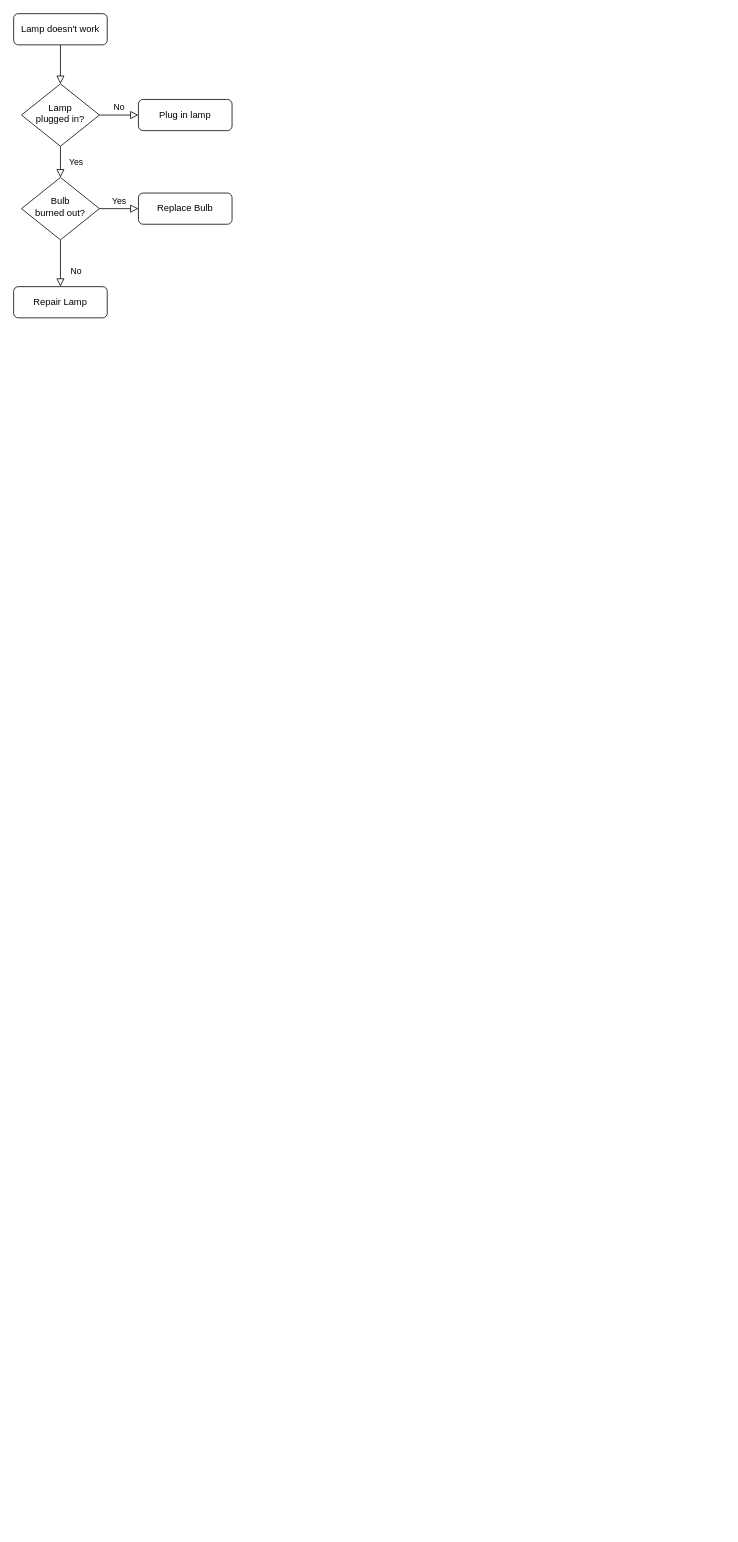
Above: 未命名绘图.drawio in Hlslzj/Test_3 (draw.io), before the change. Source tidied: cells renumbered, new cells numbered last; positions are measured from the earlier drawing's top-left corner, leaving out a move shared by most shapes. Both pictures are drawn from the tidied source at 78%, with x=0, y=0 at pixel (13, 13).
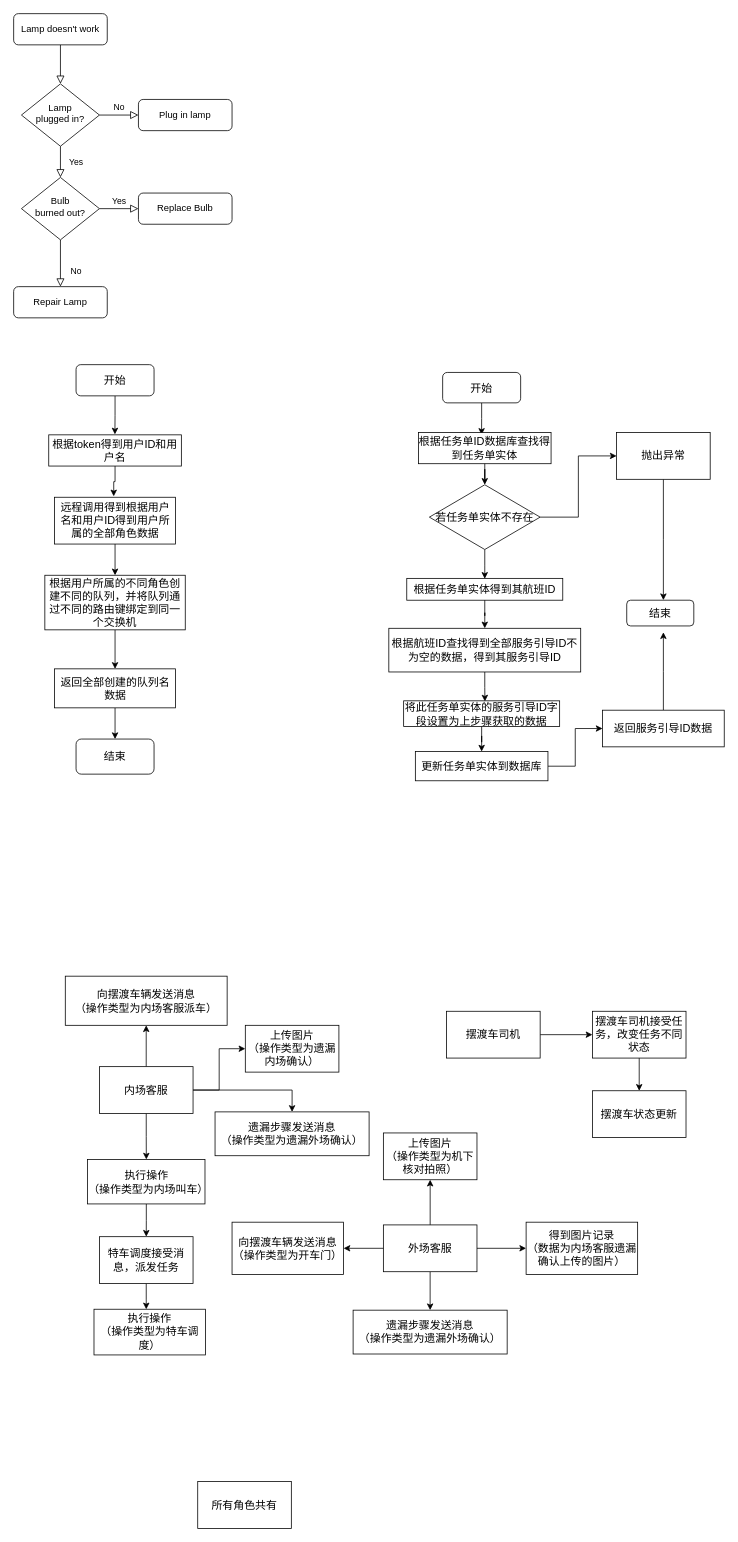
The same diagram, later.

Commit message:
更新未命名绘图.drawio

The edit, as a diff of the source:
```diff
@@
+    <mxCell id="13" style="edgeStyle=orthogonalEdgeStyle;rounded=0;jettySize=auto;html=1;entryX=0.499;entryY=-0.014;entryDx=0;entryDy=0;entryPerimeter=0;fontSize=14;" parent="1" edge="1" source="14" target="16">
+      <mxGeometry relative="1" as="geometry" />
+    </mxCell>
+    <mxCell id="14" value="开始" style="rounded=1;whiteSpace=wrap;html=1;fontSize=14;" parent="1" vertex="1">
+      <mxGeometry x="80" y="450" width="100" height="40" as="geometry" />
+    </mxCell>
+    <mxCell id="15" style="edgeStyle=orthogonalEdgeStyle;rounded=0;jettySize=auto;html=1;entryX=0.489;entryY=-0.02;entryDx=0;entryDy=0;entryPerimeter=0;fontSize=14;" parent="1" edge="1" source="16" target="18">
+      <mxGeometry relative="1" as="geometry" />
+    </mxCell>
+    <mxCell id="16" value="&lt;font style=&quot;font-size: 14px&quot;&gt;根据token得到用户ID和用户名&lt;/font&gt;" style="rounded=0;whiteSpace=wrap;html=1;perimeter=none;fontSize=14;" parent="1" vertex="1">
+      <mxGeometry x="45" y="540" width="170" height="40" as="geometry" />
+    </mxCell>
+    <mxCell id="17" style="edgeStyle=orthogonalEdgeStyle;rounded=0;jettySize=auto;html=1;entryX=0.5;entryY=0;entryDx=0;entryDy=0;fontSize=14;" parent="1" edge="1" source="18" target="20">
+      <mxGeometry relative="1" as="geometry" />
+    </mxCell>
+    <mxCell id="18" value="远程调用得到根据用户名和用户ID得到用户所属的全部角色数据" style="rounded=0;whiteSpace=wrap;html=1;perimeter=none;fontSize=14;" parent="1" vertex="1">
+      <mxGeometry x="52.5" y="620" width="155" height="60" as="geometry" />
+    </mxCell>
+    <mxCell id="19" style="edgeStyle=orthogonalEdgeStyle;rounded=0;jettySize=auto;html=1;entryX=0.5;entryY=0;entryDx=0;entryDy=0;fontSize=14;" parent="1" edge="1" source="20" target="23">
+      <mxGeometry relative="1" as="geometry" />
+    </mxCell>
+    <mxCell id="20" value="根据用户所属的不同角色创建不同的队列，并将队列通过不同的路由键绑定到同一个交换机" style="rounded=0;whiteSpace=wrap;html=1;fontSize=14;" parent="1" vertex="1">
+      <mxGeometry x="40" y="720" width="180" height="70" as="geometry" />
+    </mxCell>
+    <mxCell id="21" value="结束" style="rounded=1;whiteSpace=wrap;html=1;fontSize=14;" parent="1" vertex="1">
+      <mxGeometry x="80" y="930" width="100" height="45" as="geometry" />
+    </mxCell>
+    <mxCell id="22" style="edgeStyle=orthogonalEdgeStyle;rounded=0;jettySize=auto;html=1;entryX=0.5;entryY=0;entryDx=0;entryDy=0;fontSize=14;" parent="1" edge="1" source="23" target="21">
+      <mxGeometry relative="1" as="geometry" />
+    </mxCell>
+    <mxCell id="23" value="返回全部创建的队列名数据" style="rounded=0;whiteSpace=wrap;html=1;fontSize=14;" parent="1" vertex="1">
+      <mxGeometry x="52.5" y="840" width="155" height="50" as="geometry" />
+    </mxCell>
+    <mxCell id="24" style="edgeStyle=orthogonalEdgeStyle;rounded=0;jettySize=auto;html=1;entryX=0.476;entryY=0.074;entryDx=0;entryDy=0;entryPerimeter=0;fontSize=14;" parent="1" edge="1" source="25" target="27">
+      <mxGeometry relative="1" as="geometry" />
+    </mxCell>
+    <mxCell id="25" value="开始" style="rounded=1;whiteSpace=wrap;html=1;fontSize=14;" parent="1" vertex="1">
+      <mxGeometry x="550" y="460" width="100" height="39" as="geometry" />
+    </mxCell>
+    <mxCell id="26" style="edgeStyle=orthogonalEdgeStyle;rounded=0;jettySize=auto;html=1;entryX=0.5;entryY=0;entryDx=0;entryDy=0;fontSize=14;" parent="1" edge="1" source="27" target="32">
+      <mxGeometry relative="1" as="geometry" />
+    </mxCell>
+    <mxCell id="27" value="根据任务单ID数据库查找得到任务单实体" style="rounded=0;whiteSpace=wrap;html=1;perimeter=none;fontSize=14;" parent="1" vertex="1">
+      <mxGeometry x="519" y="537" width="170" height="40" as="geometry" />
+    </mxCell>
+    <mxCell id="28" style="edgeStyle=orthogonalEdgeStyle;rounded=0;jettySize=auto;html=1;entryX=0.5;entryY=0;entryDx=0;entryDy=0;fontSize=14;" parent="1" edge="1" source="29" target="36">
+      <mxGeometry relative="1" as="geometry" />
+    </mxCell>
+    <mxCell id="29" value="根据任务单实体得到其航班ID" style="rounded=0;whiteSpace=wrap;html=1;perimeter=none;fontSize=14;" parent="1" vertex="1">
+      <mxGeometry x="504" y="724" width="200" height="28" as="geometry" />
+    </mxCell>
+    <mxCell id="30" style="edgeStyle=orthogonalEdgeStyle;rounded=0;jettySize=auto;html=1;entryX=0;entryY=0.5;entryDx=0;entryDy=0;fontSize=14;" parent="1" edge="1" source="32" target="34">
+      <mxGeometry relative="1" as="geometry" />
+    </mxCell>
+    <mxCell id="31" style="edgeStyle=orthogonalEdgeStyle;rounded=0;jettySize=auto;html=1;fontSize=14;" parent="1" edge="1" source="32">
+      <mxGeometry relative="1" as="geometry">
+        <mxPoint x="604" y="724.5" as="targetPoint" />
+      </mxGeometry>
+    </mxCell>
+    <mxCell id="32" value="若任务单实体不存在" style="rhombus;whiteSpace=wrap;html=1;rounded=0;fontSize=14;" parent="1" vertex="1">
+      <mxGeometry x="533" y="604" width="142" height="83" as="geometry" />
+    </mxCell>
+    <mxCell id="33" style="edgeStyle=orthogonalEdgeStyle;rounded=0;jettySize=auto;html=1;fontSize=14;" parent="1" edge="1" source="34">
+      <mxGeometry relative="1" as="geometry">
+        <mxPoint x="833" y="751.9" as="targetPoint" />
+      </mxGeometry>
+    </mxCell>
+    <mxCell id="34" value="抛出异常" style="rounded=0;whiteSpace=wrap;html=1;fontSize=14;" parent="1" vertex="1">
+      <mxGeometry x="773" y="537" width="120" height="60" as="geometry" />
+    </mxCell>
+    <mxCell id="35" style="edgeStyle=orthogonalEdgeStyle;rounded=0;jettySize=auto;html=1;entryX=0.521;entryY=0.025;entryDx=0;entryDy=0;entryPerimeter=0;fontSize=14;" parent="1" edge="1" source="36" target="38">
+      <mxGeometry relative="1" as="geometry" />
+    </mxCell>
+    <mxCell id="36" value="根据航班ID查找得到全部服务引导ID不为空的数据，得到其服务引导ID" style="rounded=0;whiteSpace=wrap;html=1;fontSize=14;" parent="1" vertex="1">
+      <mxGeometry x="481" y="788" width="246" height="56" as="geometry" />
+    </mxCell>
+    <mxCell id="37" style="edgeStyle=orthogonalEdgeStyle;rounded=0;jettySize=auto;html=1;entryX=0.5;entryY=0;entryDx=0;entryDy=0;fontSize=14;" parent="1" edge="1" source="38" target="40">
+      <mxGeometry relative="1" as="geometry" />
+    </mxCell>
+    <mxCell id="38" value="将此任务单实体的服务引导ID字段设置为上步骤获取的数据" style="rounded=0;whiteSpace=wrap;html=1;perimeter=none;fontSize=14;" parent="1" vertex="1">
+      <mxGeometry x="500" y="881" width="200" height="33" as="geometry" />
+    </mxCell>
+    <mxCell id="39" style="edgeStyle=orthogonalEdgeStyle;rounded=0;jettySize=auto;html=1;entryX=0;entryY=0.5;entryDx=0;entryDy=0;fontSize=14;" parent="1" edge="1" source="40" target="42">
+      <mxGeometry relative="1" as="geometry" />
+    </mxCell>
+    <mxCell id="40" value="更新任务单实体到数据库" style="rounded=0;whiteSpace=wrap;html=1;fontSize=14;" parent="1" vertex="1">
+      <mxGeometry x="515" y="946" width="170" height="37.5" as="geometry" />
+    </mxCell>
+    <mxCell id="41" style="edgeStyle=orthogonalEdgeStyle;rounded=0;jettySize=auto;html=1;fontSize=14;" parent="1" edge="1" source="42">
+      <mxGeometry relative="1" as="geometry">
+        <mxPoint x="833" y="793.1" as="targetPoint" />
+      </mxGeometry>
+    </mxCell>
+    <mxCell id="42" value="返回服务引导ID数据" style="rounded=0;whiteSpace=wrap;html=1;fontSize=14;" parent="1" vertex="1">
+      <mxGeometry x="755" y="893" width="156" height="47" as="geometry" />
+    </mxCell>
+    <mxCell id="43" value="结束" style="rounded=1;whiteSpace=wrap;html=1;fontSize=14;" parent="1" vertex="1">
+      <mxGeometry x="786" y="752" width="86" height="33" as="geometry" />
+    </mxCell>
+    <mxCell id="44" style="edgeStyle=orthogonalEdgeStyle;rounded=0;jettySize=auto;html=1;fontSize=14;" parent="1" edge="1" source="48" target="50">
+      <mxGeometry relative="1" as="geometry" />
+    </mxCell>
+    <mxCell id="45" style="edgeStyle=orthogonalEdgeStyle;rounded=0;jettySize=auto;html=1;entryX=0;entryY=0.5;entryDx=0;entryDy=0;fontSize=14;" parent="1" edge="1" source="48" target="58">
+      <mxGeometry relative="1" as="geometry" />
+    </mxCell>
+    <mxCell id="46" style="edgeStyle=orthogonalEdgeStyle;rounded=0;jettySize=auto;html=1;entryX=0.5;entryY=1;entryDx=0;entryDy=0;startArrow=none;startFill=0;endArrow=classic;endFill=1;fontSize=14;" parent="1" edge="1" source="48" target="65">
+      <mxGeometry relative="1" as="geometry" />
+    </mxCell>
+    <mxCell id="47" style="edgeStyle=orthogonalEdgeStyle;rounded=0;jettySize=auto;html=1;entryX=0.5;entryY=0;entryDx=0;entryDy=0;startArrow=none;startFill=0;endArrow=classic;endFill=1;fontSize=14;" parent="1" edge="1" source="48" target="67">
+      <mxGeometry relative="1" as="geometry" />
+    </mxCell>
+    <mxCell id="48" value="内场客服" style="rounded=0;whiteSpace=wrap;html=1;fontSize=14;" parent="1" vertex="1">
+      <mxGeometry x="110" y="1350" width="120" height="60" as="geometry" />
+    </mxCell>
+    <mxCell id="49" style="edgeStyle=orthogonalEdgeStyle;rounded=0;jettySize=auto;html=1;fontSize=14;" parent="1" edge="1" source="50" target="55">
+      <mxGeometry relative="1" as="geometry" />
+    </mxCell>
+    <mxCell id="50" value="执行操作&lt;br style=&quot;font-size: 14px;&quot;&gt;（操作类型为内场叫车）" style="rounded=0;whiteSpace=wrap;html=1;fontSize=14;" parent="1" vertex="1">
+      <mxGeometry x="94.8" y="1469" width="150.5" height="57" as="geometry" />
+    </mxCell>
+    <mxCell id="51" style="edgeStyle=orthogonalEdgeStyle;rounded=0;jettySize=auto;html=1;fontSize=14;" parent="1" edge="1" source="52" target="53">
+      <mxGeometry relative="1" as="geometry" />
+    </mxCell>
+    <mxCell id="52" value="摆渡车司机接受任务，改变任务不同状态" style="rounded=0;whiteSpace=wrap;html=1;fontSize=14;" parent="1" vertex="1">
+      <mxGeometry x="742" y="1279" width="120" height="60" as="geometry" />
+    </mxCell>
+    <mxCell id="53" value="摆渡车状态更新" style="rounded=0;whiteSpace=wrap;html=1;fontSize=14;" parent="1" vertex="1">
+      <mxGeometry x="742" y="1380.9" width="120" height="60" as="geometry" />
+    </mxCell>
+    <mxCell id="54" style="edgeStyle=orthogonalEdgeStyle;rounded=0;jettySize=auto;html=1;fontSize=14;" parent="1" edge="1" source="55">
+      <mxGeometry relative="1" as="geometry">
+        <mxPoint x="170" y="1661.1" as="targetPoint" />
+      </mxGeometry>
+    </mxCell>
+    <mxCell id="55" value="特车调度接受消息，派发任务" style="rounded=0;whiteSpace=wrap;html=1;fontSize=14;" parent="1" vertex="1">
+      <mxGeometry x="110" y="1568" width="120" height="60" as="geometry" />
+    </mxCell>
+    <mxCell id="56" value="执行操作&lt;br style=&quot;font-size: 14px;&quot;&gt;（操作类型为特车调度）" style="rounded=0;whiteSpace=wrap;html=1;fontSize=14;" parent="1" vertex="1">
+      <mxGeometry x="103" y="1661" width="143" height="58.6" as="geometry" />
+    </mxCell>
+    <mxCell id="57" value="上传图片&lt;br style=&quot;font-size: 14px&quot;&gt;（操作类型为机下核对拍照）" style="rounded=0;whiteSpace=wrap;html=1;fontSize=14;" parent="1" vertex="1">
+      <mxGeometry x="474" y="1435" width="120" height="60" as="geometry" />
+    </mxCell>
+    <mxCell id="58" value="上传图片&lt;br style=&quot;font-size: 14px&quot;&gt;（操作类型为遗漏内场确认）" style="rounded=0;whiteSpace=wrap;html=1;fontSize=14;" parent="1" vertex="1">
+      <mxGeometry x="297" y="1297" width="120" height="60" as="geometry" />
+    </mxCell>
+    <mxCell id="59" style="edgeStyle=orthogonalEdgeStyle;rounded=0;jettySize=auto;html=1;entryX=0.5;entryY=1;entryDx=0;entryDy=0;fontSize=14;" parent="1" edge="1" source="62" target="57">
+      <mxGeometry relative="1" as="geometry" />
+    </mxCell>
+    <mxCell id="60" style="edgeStyle=orthogonalEdgeStyle;rounded=0;jettySize=auto;html=1;entryX=0.5;entryY=0;entryDx=0;entryDy=0;startArrow=none;startFill=0;endArrow=classic;endFill=1;fontSize=14;" parent="1" edge="1" source="62" target="66">
+      <mxGeometry relative="1" as="geometry" />
+    </mxCell>
+    <mxCell id="61" style="edgeStyle=orthogonalEdgeStyle;rounded=0;jettySize=auto;html=1;startArrow=none;startFill=0;endArrow=classic;endFill=1;fontSize=14;" parent="1" edge="1" source="62" target="68">
+      <mxGeometry relative="1" as="geometry" />
+    </mxCell>
+    <mxCell id="62" value="外场客服" style="rounded=0;whiteSpace=wrap;html=1;fontSize=14;" parent="1" vertex="1">
+      <mxGeometry x="474" y="1552.9" width="120" height="60" as="geometry" />
+    </mxCell>
+    <mxCell id="63" style="edgeStyle=orthogonalEdgeStyle;rounded=0;jettySize=auto;html=1;fontSize=14;endArrow=none;endFill=0;startArrow=classic;startFill=1;" parent="1" edge="1" source="64" target="62">
+      <mxGeometry relative="1" as="geometry" />
+    </mxCell>
+    <mxCell id="64" value="向摆渡车辆发送消息&lt;br&gt;（操作类型为开车门）" style="rounded=0;whiteSpace=wrap;html=1;fontSize=14;" parent="1" vertex="1">
+      <mxGeometry x="280" y="1549.4" width="143" height="67" as="geometry" />
+    </mxCell>
+    <mxCell id="65" value="向摆渡车辆发送消息&lt;br&gt;（操作类型为内场客服派车）" style="rounded=0;whiteSpace=wrap;html=1;fontSize=14;" parent="1" vertex="1">
+      <mxGeometry x="66.2" y="1234" width="207.5" height="63" as="geometry" />
+    </mxCell>
+    <mxCell id="66" value="遗漏步骤发送消息&lt;br&gt;（操作类型为遗漏外场确认）" style="rounded=0;whiteSpace=wrap;html=1;fontSize=14;" parent="1" vertex="1">
+      <mxGeometry x="435.2" y="1662.2" width="197.5" height="56.2" as="geometry" />
+    </mxCell>
+    <mxCell id="67" value="遗漏步骤发送消息&lt;br&gt;（操作类型为遗漏外场确认）" style="rounded=0;whiteSpace=wrap;html=1;fontSize=14;" parent="1" vertex="1">
+      <mxGeometry x="258.2" y="1408" width="197.5" height="56.2" as="geometry" />
+    </mxCell>
+    <mxCell id="68" value="得到图片记录&lt;br&gt;（数据为内场客服遗漏确认上传的图片）" style="rounded=0;whiteSpace=wrap;html=1;fontSize=14;" parent="1" vertex="1">
+      <mxGeometry x="657" y="1549.4" width="143" height="67" as="geometry" />
+    </mxCell>
+    <mxCell id="69" style="edgeStyle=orthogonalEdgeStyle;rounded=0;jettySize=auto;html=1;entryX=0;entryY=0.5;entryDx=0;entryDy=0;startArrow=none;startFill=0;endArrow=classic;endFill=1;fontSize=14;" parent="1" edge="1" source="70" target="52">
+      <mxGeometry relative="1" as="geometry" />
+    </mxCell>
+    <mxCell id="70" value="摆渡车司机" style="rounded=0;whiteSpace=wrap;html=1;fontSize=14;" parent="1" vertex="1">
+      <mxGeometry x="555" y="1279" width="120" height="60" as="geometry" />
+    </mxCell>
+    <mxCell id="71" value="所有角色共有" style="rounded=0;whiteSpace=wrap;html=1;fontSize=14;" parent="1" vertex="1">
+      <mxGeometry x="236" y="1882" width="120" height="60" as="geometry" />
+    </mxCell>
```
